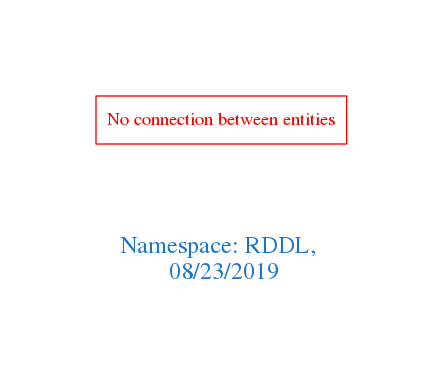
This is downloads/RDDL.png from arago/OGIT, a Graphviz export, as it was before one commit. Its source is kept beside it as downloads/RDDL.dot.
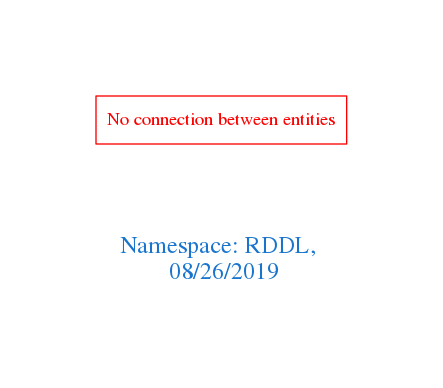
After the change.

What changed in the source:
```diff
@@ -1,7 +1,7 @@
 digraph OGIT_ontology {
  graph [ rankdir= LR,pad=1
 fontsize = 18,
-fontcolor= dodgerblue3,label = "\n\n\nNamespace: RDDL, \n 08/23/2019"];
+fontcolor= dodgerblue3,label = "\n\n\nNamespace: RDDL, \n 08/26/2019"];
 node[shape=polygon];
 edge [  color="gray81"];
 
```
